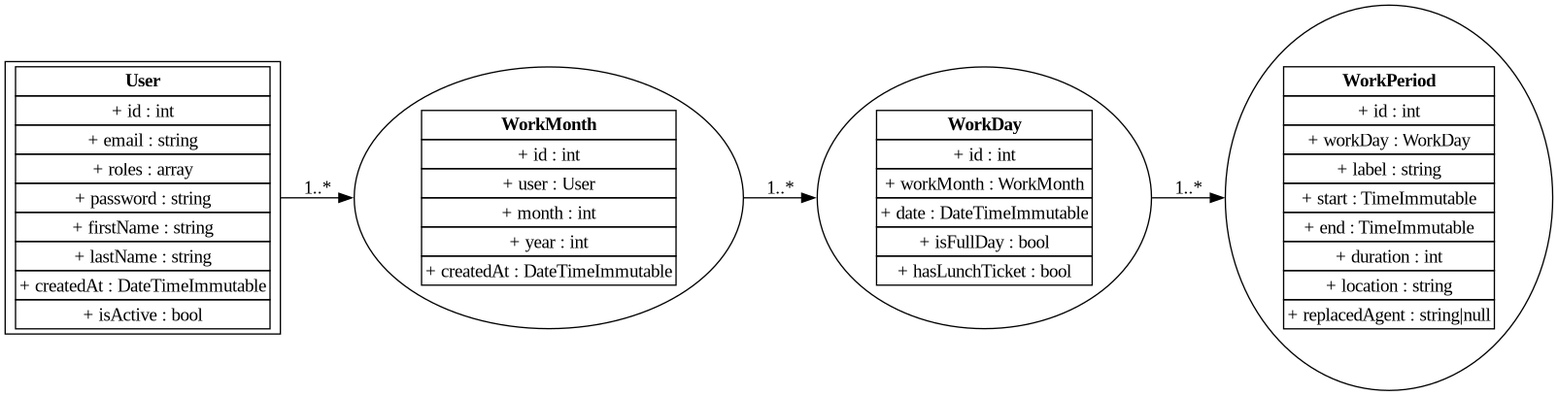
Before: UML/structure.png, a diagram exported from Graphviz (marcRaes/timeBoard). Its source is kept beside it as UML/structure.dot. The source it was exported from:
```dot
digraph {
	fontsize=12 rankdir=LR
	User [label=<<TABLE BORDER="0" CELLBORDER="1" CELLSPACING="0">
<TR><TD COLSPAN="2"><B>User</B></TD></TR>
<TR><TD>+ id : int</TD></TR>
<TR><TD>+ email : string</TD></TR>
<TR><TD>+ roles : array</TD></TR>
<TR><TD>+ password : string</TD></TR>
<TR><TD>+ firstName : string</TD></TR>
<TR><TD>+ lastName : string</TD></TR>
<TR><TD>+ createdAt : DateTimeImmutable</TD></TR>
<TR><TD>+ isActive : bool</TD></TR>
</TABLE>> shape=record]
	WorkMonth [label=<<TABLE BORDER="0" CELLBORDER="1" CELLSPACING="0">
<TR><TD COLSPAN="2"><B>WorkMonth</B></TD></TR>
<TR><TD>+ id : int</TD></TR>
<TR><TD>+ user : User</TD></TR>
<TR><TD>+ month : int</TD></TR>
<TR><TD>+ year : int</TD></TR>
<TR><TD>+ createdAt : DateTimeImmutable</TD></TR>
</TABLE>>]
	WorkDay [label=<<TABLE BORDER="0" CELLBORDER="1" CELLSPACING="0">
<TR><TD COLSPAN="2"><B>WorkDay</B></TD></TR>
<TR><TD>+ id : int</TD></TR>
<TR><TD>+ workMonth : WorkMonth</TD></TR>
<TR><TD>+ date : DateTimeImmutable</TD></TR>
<TR><TD>+ isFullDay : bool</TD></TR>
<TR><TD>+ hasLunchTicket : bool</TD></TR>
</TABLE>>]
	WorkPeriod [label=<<TABLE BORDER="0" CELLBORDER="1" CELLSPACING="0">
<TR><TD COLSPAN="2"><B>WorkPeriod</B></TD></TR>
<TR><TD>+ id : int</TD></TR>
<TR><TD>+ workDay : WorkDay</TD></TR>
<TR><TD>+ label : string</TD></TR>
<TR><TD>+ start : TimeImmutable</TD></TR>
<TR><TD>+ end : TimeImmutable</TD></TR>
<TR><TD>+ duration : int</TD></TR>
<TR><TD>+ location : string</TD></TR>
<TR><TD>+ replacedAgent : string|null</TD></TR>
</TABLE>>]
	User -> WorkMonth [label="1..*"]
	WorkMonth -> WorkDay [label="1..*"]
	WorkDay -> WorkPeriod [label="1..*"]
}
```
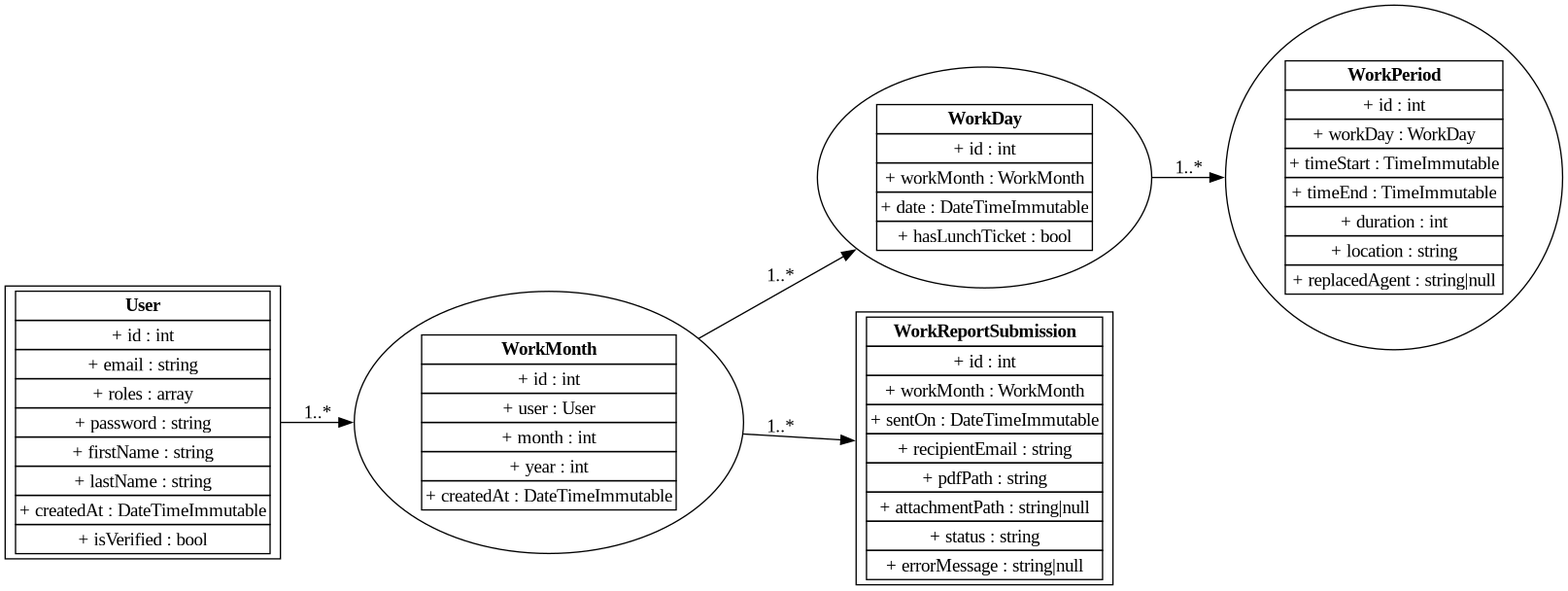
The same file after the commit.

Commit message:
Updated the UML schema

Diff of the diagram source:
```diff
@@ -9,7 +9,7 @@
 <TR><TD>+ firstName : string</TD></TR>
 <TR><TD>+ lastName : string</TD></TR>
 <TR><TD>+ createdAt : DateTimeImmutable</TD></TR>
-<TR><TD>+ isActive : bool</TD></TR>
+<TR><TD>+ isVerified : bool</TD></TR>
 </TABLE>> shape=record]
 	WorkMonth [label=<<TABLE BORDER="0" CELLBORDER="1" CELLSPACING="0">
 <TR><TD COLSPAN="2"><B>WorkMonth</B></TD></TR>
@@ -24,21 +24,31 @@
 <TR><TD>+ id : int</TD></TR>
 <TR><TD>+ workMonth : WorkMonth</TD></TR>
 <TR><TD>+ date : DateTimeImmutable</TD></TR>
-<TR><TD>+ isFullDay : bool</TD></TR>
 <TR><TD>+ hasLunchTicket : bool</TD></TR>
 </TABLE>>]
 	WorkPeriod [label=<<TABLE BORDER="0" CELLBORDER="1" CELLSPACING="0">
 <TR><TD COLSPAN="2"><B>WorkPeriod</B></TD></TR>
 <TR><TD>+ id : int</TD></TR>
 <TR><TD>+ workDay : WorkDay</TD></TR>
-<TR><TD>+ label : string</TD></TR>
-<TR><TD>+ start : TimeImmutable</TD></TR>
-<TR><TD>+ end : TimeImmutable</TD></TR>
+<TR><TD>+ timeStart : TimeImmutable</TD></TR>
+<TR><TD>+ timeEnd : TimeImmutable</TD></TR>
 <TR><TD>+ duration : int</TD></TR>
 <TR><TD>+ location : string</TD></TR>
-<TR><TD>+ replacedAgent : string|null</TD></TR>
+<TR><TD>+ replacedAgent : string&#124;null</TD></TR>
 </TABLE>>]
+	WorkReportSubmission [label=<<TABLE BORDER="0" CELLBORDER="1" CELLSPACING="0">
+<TR><TD COLSPAN="2"><B>WorkReportSubmission</B></TD></TR>
+<TR><TD>+ id : int</TD></TR>
+<TR><TD>+ workMonth : WorkMonth</TD></TR>
+<TR><TD>+ sentOn : DateTimeImmutable</TD></TR>
+<TR><TD>+ recipientEmail : string</TD></TR>
+<TR><TD>+ pdfPath : string</TD></TR>
+<TR><TD>+ attachmentPath : string&#124;null</TD></TR>
+<TR><TD>+ status : string</TD></TR>
+<TR><TD>+ errorMessage : string&#124;null</TD></TR>
+</TABLE>> shape=record]
 	User -> WorkMonth [label="1..*"]
 	WorkMonth -> WorkDay [label="1..*"]
 	WorkDay -> WorkPeriod [label="1..*"]
+	WorkMonth -> WorkReportSubmission [label="1..*"]
 }
```
